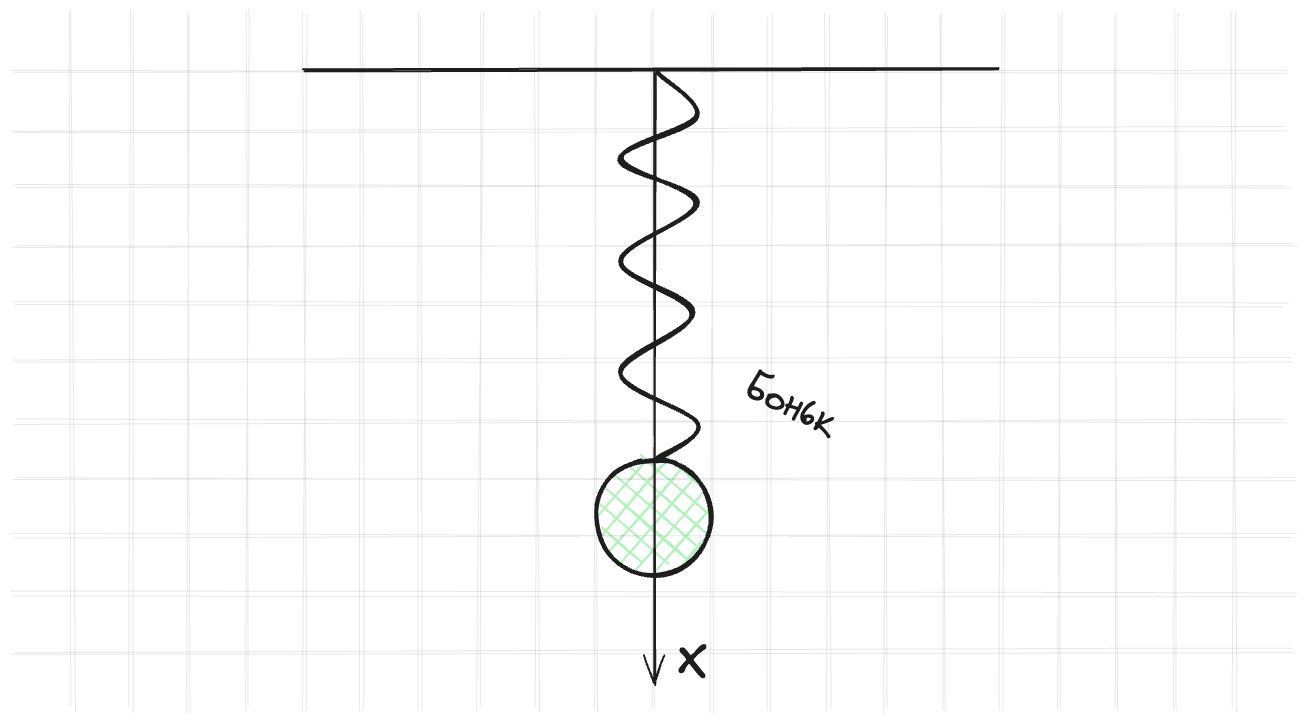
Earlier version of the Excalidraw export assets/images/numerical_method/spring.excalidraw.png (kozakromch/game_physics_2). Source tidied: one line per element, renumbered; positions are measured from the earlier drawing's top-left corner, leaving out a move shared by most shapes. The source it was exported from:
```json
{"id": 0, "type": "line", "strokeColor": "#1e1e1e", "strokeWidth": 2, "roughness": 1, "round": true, "x": 580, "y": 2, "width": 694, "height": 2, "points": [[0, 0], [694, -2]]}
{"id": 1, "type": "ellipse", "strokeColor": "#1e1e1e", "backgroundColor": "#b2f2bb", "fillStyle": "cross-hatch", "strokeWidth": 4, "roughness": 1, "round": true, "x": 872, "y": 391, "width": 115, "height": 116}
{"id": 2, "type": "line", "strokeColor": "#1e1e1e", "strokeWidth": 1, "roughness": 2, "opacity": 10, "round": true, "x": 290, "y": 3, "width": 1272, "height": 0, "points": [[0, 0], [1272, 0]]}
{"id": 3, "type": "line", "strokeColor": "#1e1e1e", "strokeWidth": 1, "roughness": 2, "opacity": 10, "round": true, "x": 290, "y": 352, "width": 1272, "height": 0, "points": [[0, 0], [1272, 0]]}
{"id": 4, "type": "line", "strokeColor": "#1e1e1e", "strokeWidth": 1, "roughness": 2, "opacity": 10, "round": true, "x": 290, "y": 61, "width": 1275, "height": 0, "points": [[0, 0], [1275, 0]]}
{"id": 5, "type": "line", "strokeColor": "#1e1e1e", "strokeWidth": 1, "roughness": 2, "opacity": 10, "round": true, "x": 290, "y": 410, "width": 1280, "height": 0, "points": [[0, 0], [1280, 0]]}
{"id": 6, "type": "line", "strokeColor": "#1e1e1e", "strokeWidth": 1, "roughness": 2, "opacity": 10, "round": true, "x": 290, "y": 120, "width": 1273, "height": 0, "points": [[0, 0], [1273, 0]]}
{"id": 7, "type": "line", "strokeColor": "#1e1e1e", "strokeWidth": 1, "roughness": 2, "opacity": 10, "round": true, "x": 290, "y": 467, "width": 1278, "height": 0, "points": [[0, 0], [1278, 0]]}
{"id": 8, "type": "line", "strokeColor": "#1e1e1e", "strokeWidth": 1, "roughness": 2, "opacity": 10, "round": true, "x": 290, "y": 177, "width": 1280, "height": 0, "points": [[0, 0], [1280, 0]]}
{"id": 9, "type": "line", "strokeColor": "#1e1e1e", "strokeWidth": 1, "roughness": 2, "opacity": 10, "round": true, "x": 289, "y": 525, "width": 1282, "height": 0, "points": [[0, 0], [1282, 0]]}
{"id": 10, "type": "line", "strokeColor": "#1e1e1e", "strokeWidth": 1, "roughness": 2, "opacity": 10, "round": true, "x": 290, "y": 236, "width": 1271, "height": 0, "points": [[0, 0], [1271, 0]]}
{"id": 11, "type": "line", "strokeColor": "#1e1e1e", "strokeWidth": 1, "roughness": 2, "opacity": 10, "round": true, "x": 290, "y": 583, "width": 1279, "height": 0, "points": [[0, 0], [1279, 0]]}
{"id": 12, "type": "line", "strokeColor": "#1e1e1e", "strokeWidth": 1, "roughness": 2, "opacity": 10, "round": true, "x": 291, "y": 293, "width": 1277, "height": 0, "points": [[0, 0], [1277, 0]]}
{"id": 13, "type": "line", "strokeColor": "#1e1e1e", "angle": 1.57, "strokeWidth": 1, "roughness": 2, "opacity": 10, "round": true, "x": 581, "y": 291, "width": 696, "height": 0, "points": [[0, 0], [696, 0]]}
{"id": 14, "type": "line", "strokeColor": "#1e1e1e", "angle": 1.57, "strokeWidth": 1, "roughness": 2, "opacity": 10, "round": true, "x": 233, "y": 293, "width": 696, "height": 0, "points": [[0, 0], [696, 0]]}
{"id": 15, "type": "line", "strokeColor": "#1e1e1e", "angle": 1.57, "strokeWidth": 1, "roughness": 2, "opacity": 10, "round": true, "x": 523, "y": 293, "width": 697, "height": 0, "points": [[0, 0], [697, 0]]}
{"id": 16, "type": "line", "strokeColor": "#1e1e1e", "angle": 1.57, "strokeWidth": 1, "roughness": 2, "opacity": 10, "round": true, "x": 174, "y": 293, "width": 697, "height": 0, "points": [[0, 0], [697, 0]]}
{"id": 17, "type": "line", "strokeColor": "#1e1e1e", "angle": 1.57, "strokeWidth": 1, "roughness": 2, "opacity": 10, "round": true, "x": 465, "y": 293, "width": 697, "height": 0, "points": [[0, 0], [697, 0]]}
{"id": 18, "type": "line", "strokeColor": "#1e1e1e", "angle": 1.57, "strokeWidth": 1, "roughness": 2, "opacity": 10, "round": true, "x": 116, "y": 293, "width": 697, "height": 0, "points": [[0, 0], [697, 0]]}
{"id": 19, "type": "line", "strokeColor": "#1e1e1e", "angle": 1.57, "strokeWidth": 1, "roughness": 2, "opacity": 10, "round": true, "x": 406, "y": 293, "width": 697, "height": 0, "points": [[0, 0], [697, 0]]}
{"id": 20, "type": "line", "strokeColor": "#1e1e1e", "angle": 1.57, "strokeWidth": 1, "roughness": 2, "opacity": 10, "round": true, "x": 58, "y": 293, "width": 697, "height": 0, "points": [[0, 0], [697, 0]]}
{"id": 21, "type": "line", "strokeColor": "#1e1e1e", "angle": 1.57, "strokeWidth": 1, "roughness": 2, "opacity": 10, "round": true, "x": 349, "y": 293, "width": 697, "height": 0, "points": [[0, 0], [697, 0]]}
{"id": 22, "type": "line", "strokeColor": "#1e1e1e", "angle": 1.57, "strokeWidth": 1, "roughness": 2, "opacity": 10, "round": true, "x": 0, "y": 293, "width": 697, "height": 0, "points": [[0, 0], [697, 0]]}
{"id": 23, "type": "line", "strokeColor": "#1e1e1e", "angle": 1.57, "strokeWidth": 1, "roughness": 2, "opacity": 10, "round": true, "x": 290, "y": 293, "width": 696, "height": 0, "points": [[0, 0], [696, 0]]}
{"id": 24, "type": "line", "strokeColor": "#1e1e1e", "angle": 1.57, "strokeWidth": 1, "roughness": 2, "opacity": 10, "round": true, "x": 639, "y": 293, "width": 697, "height": 0, "points": [[0, 0], [697, 0]]}
{"id": 25, "type": "line", "strokeColor": "#1e1e1e", "angle": 1.57, "strokeWidth": 1, "roughness": 2, "opacity": 10, "round": true, "x": 929, "y": 293, "width": 696, "height": 0, "points": [[0, 0], [696, 0]]}
{"id": 26, "type": "line", "strokeColor": "#1e1e1e", "angle": 1.57, "strokeWidth": 1, "roughness": 2, "opacity": 10, "round": true, "x": 871, "y": 293, "width": 697, "height": 0, "points": [[0, 0], [697, 0]]}
{"id": 27, "type": "line", "strokeColor": "#1e1e1e", "angle": 1.57, "strokeWidth": 1, "roughness": 2, "opacity": 10, "round": true, "x": 1161, "y": 293, "width": 697, "height": 0, "points": [[0, 0], [697, 0]]}
{"id": 28, "type": "line", "strokeColor": "#1e1e1e", "angle": 1.57, "strokeWidth": 1, "roughness": 2, "opacity": 10, "round": true, "x": 813, "y": 294, "width": 697, "height": 0, "points": [[0, 0], [697, 0]]}
{"id": 29, "type": "line", "strokeColor": "#1e1e1e", "angle": 1.57, "strokeWidth": 1, "roughness": 2, "opacity": 10, "round": true, "x": 1103, "y": 293, "width": 697, "height": 0, "points": [[0, 0], [697, 0]]}
{"id": 30, "type": "line", "strokeColor": "#1e1e1e", "angle": 1.57, "strokeWidth": 1, "roughness": 2, "opacity": 10, "round": true, "x": 755, "y": 293, "width": 697, "height": 0, "points": [[0, 0], [697, 0]]}
{"id": 31, "type": "line", "strokeColor": "#1e1e1e", "angle": 1.57, "strokeWidth": 1, "roughness": 2, "opacity": 10, "round": true, "x": 1045, "y": 293, "width": 697, "height": 0, "points": [[0, 0], [697, 0]]}
{"id": 32, "type": "line", "strokeColor": "#1e1e1e", "angle": 1.57, "strokeWidth": 1, "roughness": 2, "opacity": 10, "round": true, "x": 697, "y": 293, "width": 697, "height": 0, "points": [[0, 0], [697, 0]]}
{"id": 33, "type": "line", "strokeColor": "#1e1e1e", "angle": 1.57, "strokeWidth": 1, "roughness": 2, "opacity": 10, "round": true, "x": 987, "y": 293, "width": 696, "height": 0, "points": [[0, 0], [696, 0]]}
{"id": 34, "type": "line", "strokeColor": "#1e1e1e", "strokeWidth": 4, "roughness": 1, "round": true, "x": 935, "y": 5, "width": 77, "height": 384, "points": [[0, 0], [38, 43], [-38, 85], [38, 128], [-38, 188], [35, 239], [-38, 299], [38, 350], [0, 384]]}
{"id": 35, "type": "arrow", "strokeColor": "#1e1e1e", "strokeWidth": 2, "roughness": 1, "endArrowhead": "arrow", "round": true, "x": 931, "y": 3, "width": 0, "height": 612, "points": [[0, 0], [0, 612]]}
{"id": 36, "type": "text", "text": "X", "strokeColor": "#1e1e1e", "strokeWidth": 2, "roughness": 1, "fontSize": 48.45, "fontFamily": 1, "x": 954, "y": 562, "width": 29, "height": 61}
{"id": 37, "type": "text", "text": "Боньк", "strokeColor": "#1e1e1e", "angle": 0.46, "strokeWidth": 2, "roughness": 1, "fontSize": 38.3, "fontFamily": 1, "x": 1020, "y": 315, "width": 96, "height": 48}
```
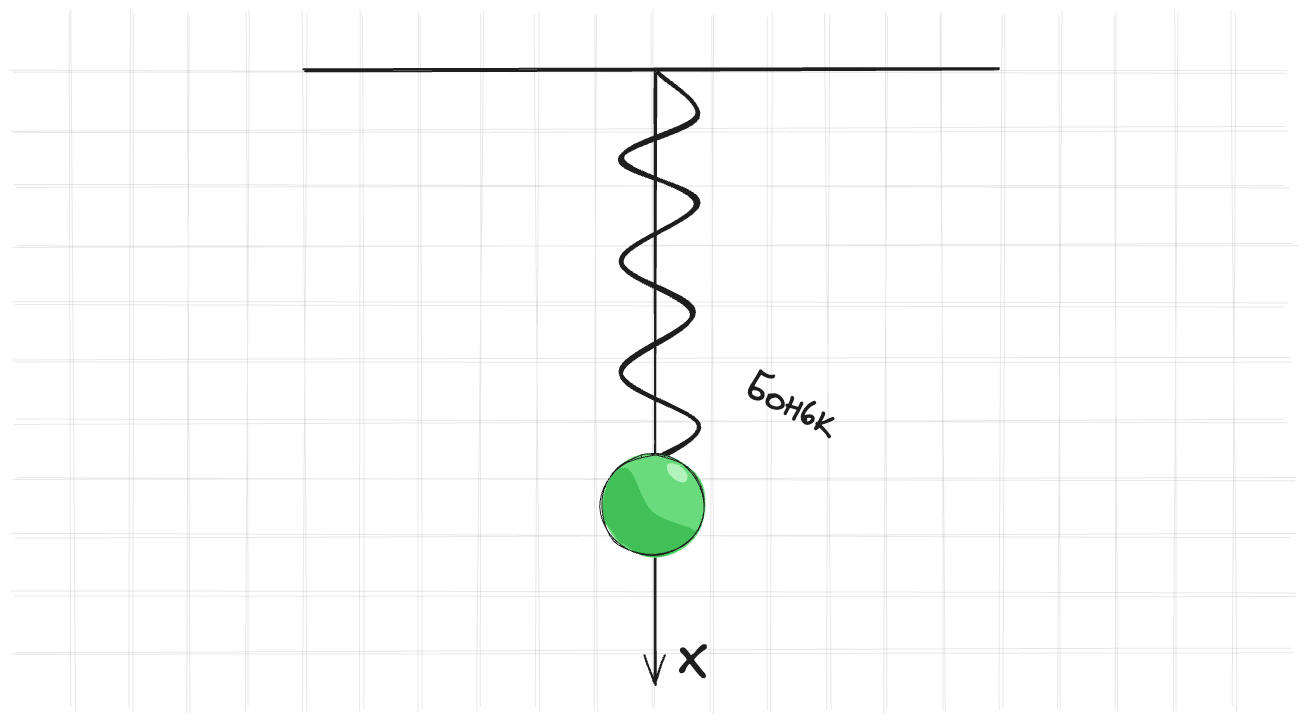
Later version of the same file.

Change to the diagram source:
```diff
@@ -1,5 +1,4 @@
 {"id": 0, "type": "line", "strokeColor": "#1e1e1e", "strokeWidth": 2, "roughness": 1, "round": true, "x": 580, "y": 2, "width": 694, "height": 2, "points": [[0, 0], [694, -2]]}
-{"id": 1, "type": "ellipse", "strokeColor": "#1e1e1e", "backgroundColor": "#b2f2bb", "fillStyle": "cross-hatch", "strokeWidth": 4, "roughness": 1, "round": true, "x": 872, "y": 391, "width": 115, "height": 116}
 {"id": 2, "type": "line", "strokeColor": "#1e1e1e", "strokeWidth": 1, "roughness": 2, "opacity": 10, "round": true, "x": 290, "y": 3, "width": 1272, "height": 0, "points": [[0, 0], [1272, 0]]}
 {"id": 3, "type": "line", "strokeColor": "#1e1e1e", "strokeWidth": 1, "roughness": 2, "opacity": 10, "round": true, "x": 290, "y": 352, "width": 1272, "height": 0, "points": [[0, 0], [1272, 0]]}
 {"id": 4, "type": "line", "strokeColor": "#1e1e1e", "strokeWidth": 1, "roughness": 2, "opacity": 10, "round": true, "x": 290, "y": 61, "width": 1275, "height": 0, "points": [[0, 0], [1275, 0]]}
@@ -21,7 +20,7 @@
 {"id": 20, "type": "line", "strokeColor": "#1e1e1e", "angle": 1.57, "strokeWidth": 1, "roughness": 2, "opacity": 10, "round": true, "x": 58, "y": 293, "width": 697, "height": 0, "points": [[0, 0], [697, 0]]}
 {"id": 21, "type": "line", "strokeColor": "#1e1e1e", "angle": 1.57, "strokeWidth": 1, "roughness": 2, "opacity": 10, "round": true, "x": 349, "y": 293, "width": 697, "height": 0, "points": [[0, 0], [697, 0]]}
 {"id": 22, "type": "line", "strokeColor": "#1e1e1e", "angle": 1.57, "strokeWidth": 1, "roughness": 2, "opacity": 10, "round": true, "x": 0, "y": 293, "width": 697, "height": 0, "points": [[0, 0], [697, 0]]}
-{"id": 23, "type": "line", "strokeColor": "#1e1e1e", "angle": 1.57, "strokeWidth": 1, "roughness": 2, "opacity": 10, "round": true, "x": 290, "y": 293, "width": 696, "height": 0, "points": [[0, 0], [696, 0]]}
+{"id": 23, "type": "line", "strokeColor": "#1e1e1e", "angle": 1.57, "strokeWidth": 1, "roughness": 2, "opacity": 10, "round": true, "x": 291, "y": 293, "width": 696, "height": 0, "points": [[0, 0], [696, 0]]}
 {"id": 24, "type": "line", "strokeColor": "#1e1e1e", "angle": 1.57, "strokeWidth": 1, "roughness": 2, "opacity": 10, "round": true, "x": 639, "y": 293, "width": 697, "height": 0, "points": [[0, 0], [697, 0]]}
 {"id": 25, "type": "line", "strokeColor": "#1e1e1e", "angle": 1.57, "strokeWidth": 1, "roughness": 2, "opacity": 10, "round": true, "x": 929, "y": 293, "width": 696, "height": 0, "points": [[0, 0], [696, 0]]}
 {"id": 26, "type": "line", "strokeColor": "#1e1e1e", "angle": 1.57, "strokeWidth": 1, "roughness": 2, "opacity": 10, "round": true, "x": 871, "y": 293, "width": 697, "height": 0, "points": [[0, 0], [697, 0]]}
@@ -33,6 +32,10 @@
 {"id": 32, "type": "line", "strokeColor": "#1e1e1e", "angle": 1.57, "strokeWidth": 1, "roughness": 2, "opacity": 10, "round": true, "x": 697, "y": 293, "width": 697, "height": 0, "points": [[0, 0], [697, 0]]}
 {"id": 33, "type": "line", "strokeColor": "#1e1e1e", "angle": 1.57, "strokeWidth": 1, "roughness": 2, "opacity": 10, "round": true, "x": 987, "y": 293, "width": 696, "height": 0, "points": [[0, 0], [696, 0]]}
 {"id": 34, "type": "line", "strokeColor": "#1e1e1e", "strokeWidth": 4, "roughness": 1, "round": true, "x": 935, "y": 5, "width": 77, "height": 384, "points": [[0, 0], [38, 43], [-38, 85], [38, 128], [-38, 188], [35, 239], [-38, 299], [38, 350], [0, 384]]}
-{"id": 35, "type": "arrow", "strokeColor": "#1e1e1e", "strokeWidth": 2, "roughness": 1, "endArrowhead": "arrow", "round": true, "x": 931, "y": 3, "width": 0, "height": 612, "points": [[0, 0], [0, 612]]}
+{"id": 35, "type": "arrow", "strokeColor": "#1e1e1e", "strokeWidth": 2, "roughness": 1, "endArrowhead": "arrow", "round": true, "x": 932, "y": 3, "width": 0, "height": 612, "points": [[0, 0], [0, 612]]}
-{"id": 36, "type": "text", "text": "X", "strokeColor": "#1e1e1e", "strokeWidth": 2, "roughness": 1, "fontSize": 48.45, "fontFamily": 1, "x": 954, "y": 562, "width": 29, "height": 61}
+{"id": 36, "type": "text", "text": "X", "strokeColor": "#1e1e1e", "strokeWidth": 2, "roughness": 1, "fontSize": 48.45, "fontFamily": 1, "x": 955, "y": 562, "width": 29, "height": 61}
 {"id": 37, "type": "text", "text": "Боньк", "strokeColor": "#1e1e1e", "angle": 0.46, "strokeWidth": 2, "roughness": 1, "fontSize": 38.3, "fontFamily": 1, "x": 1020, "y": 315, "width": 96, "height": 48}
+{"id": 38, "type": "ellipse", "strokeColor": "transparent", "angle": 4.84, "backgroundColor": "#69db7c", "fillStyle": "solid", "strokeWidth": 1, "roughness": 1, "x": 878, "y": 384, "width": 104, "height": 104}
+{"id": 39, "type": "line", "strokeColor": "transparent", "angle": 0.53, "backgroundColor": "#40c057", "fillStyle": "solid", "strokeWidth": 1, "roughness": 1, "round": true, "x": 916, "y": 485, "width": 102, "height": 71, "points": [[0, 0], [-17, -5], [-30, -15], [-41, -30], [-44, -53], [-35, -71], [6, -43], [51, -51], [58, -45], [52, -26], [42, -12], [24, -2], [0, 0]]}
+{"id": 40, "type": "ellipse", "strokeColor": "transparent", "angle": 0.7, "backgroundColor": "#b2f2bb", "fillStyle": "solid", "strokeWidth": 1, "roughness": 1, "round": true, "x": 941, "y": 397, "width": 24, "height": 14}
+{"id": 41, "type": "ellipse", "strokeColor": "#1e1e1e", "strokeWidth": 1, "roughness": 1, "round": true, "x": 877, "y": 386, "width": 104, "height": 101}
```
